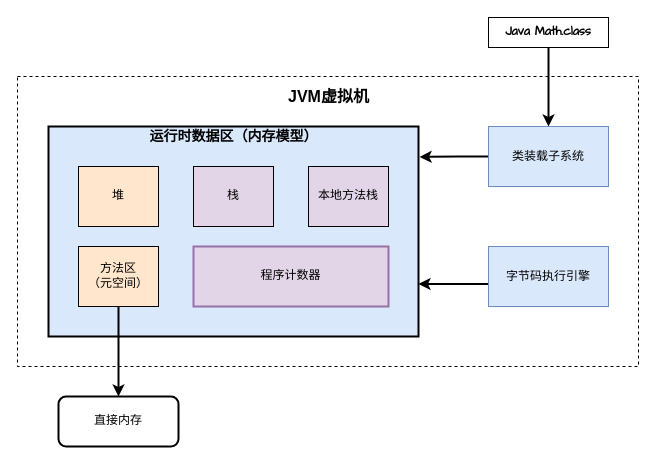
Before: Untitled Diagram.drawio in mhp8338/diagram, a draw.io diagram. Source tidied: cells renumbered, new cells numbered last; positions are measured from the earlier drawing's top-left corner, leaving out a move shared by most shapes. Both pictures are drawn from the tidied source at 100%, with x=0, y=0 at pixel (17, 17).
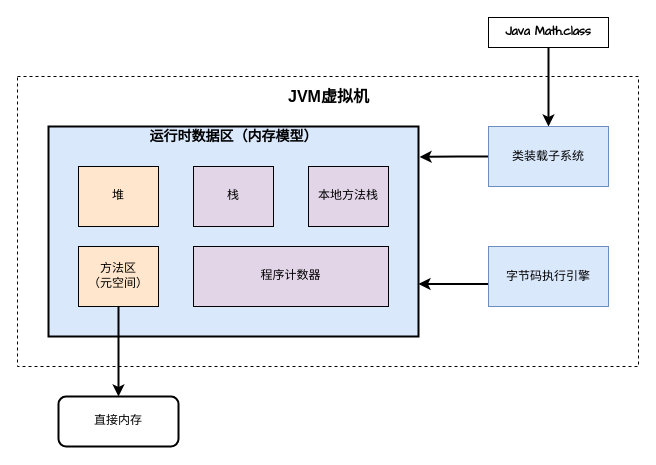
The same diagram, later.

The edit, as a diff of the source:
```diff
@@
-    <mxCell id="15" value="程序计数器" style="rounded=0;whiteSpace=wrap;html=1;strokeColor=#9673a6;strokeWidth=2;fontFamily=Comic Sans MS;fillColor=#e1d5e7;" parent="1" vertex="1">
+    <mxCell id="15" value="程序计数器" style="rounded=0;whiteSpace=wrap;html=1;strokeWidth=1;fontFamily=Comic Sans MS;fillColor=#e1d5e7;" parent="1" vertex="1">
       <mxGeometry x="176" y="229" width="195" height="60" as="geometry" />
     </mxCell>
```
